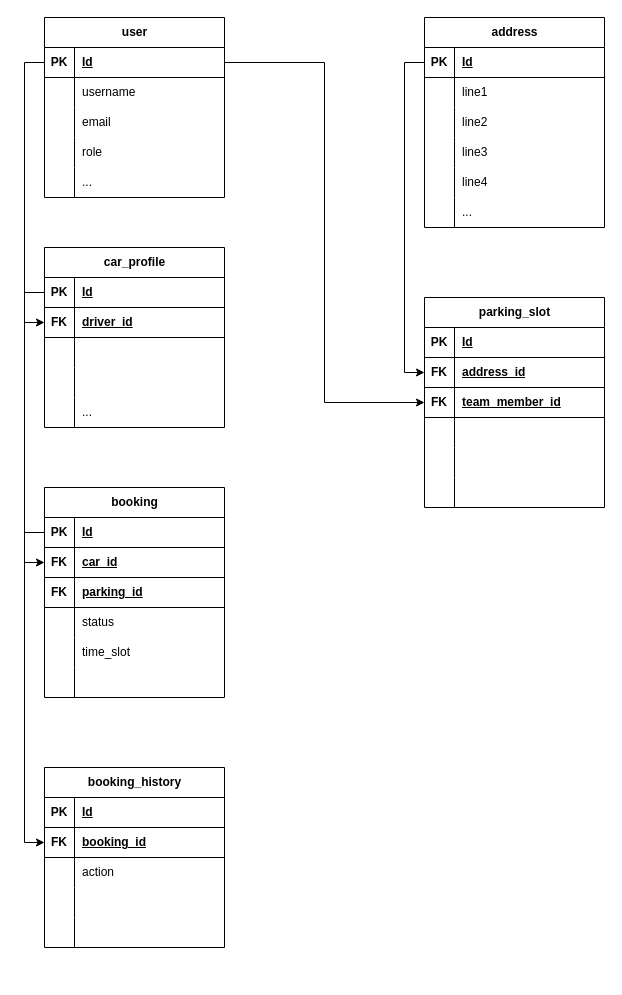
This is documents/database.drawio from ptc-on-jop-training/click4wash-fe, a draw.io file, before an edit. Source tidied: cells renumbered, new cells numbered last; positions are measured from the earlier drawing's top-left corner, leaving out a move shared by most shapes. Both pictures are drawn from the tidied source at 100%, with x=0, y=0 at pixel (44, 17).
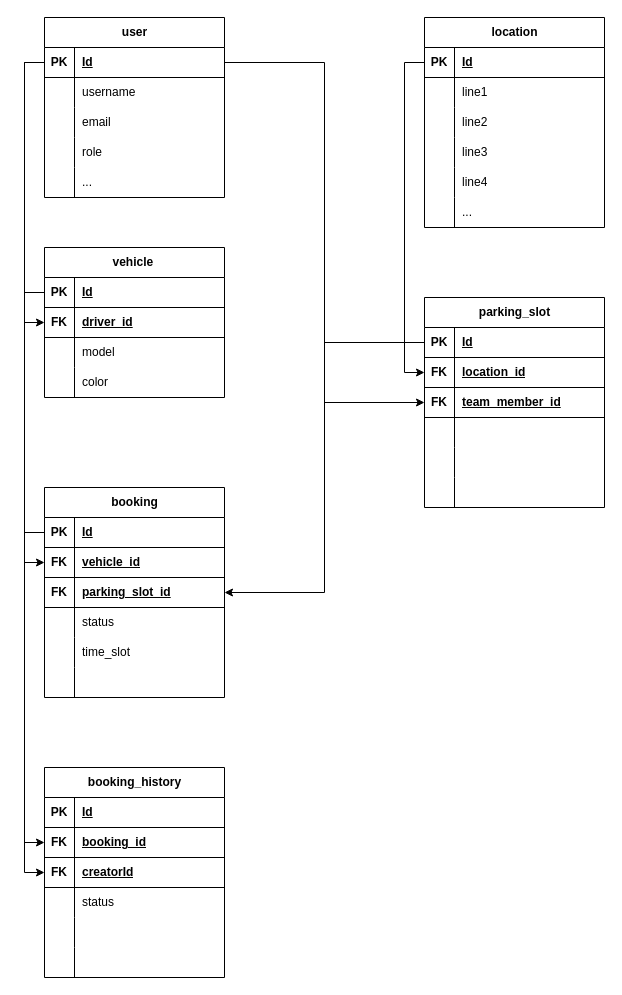
After the change.

The change refers to these unchanged cells:
```xml
<mxCell id="3" style="shape=tableRow;horizontal=0;startSize=0;swimlaneHead=0;swimlaneBody=0;fillColor=none;points=[[0,0.5],[1,0.5]];portConstraint=eastwest;top=0;left=0;right=0;bottom=1;" parent="2" vertex="1">
  <mxGeometry y="30" width="180" height="30" as="geometry" />
</mxCell>
<mxCell id="38" style="shape=tableRow;horizontal=0;startSize=0;swimlaneHead=0;swimlaneBody=0;fillColor=none;points=[[0,0.5],[1,0.5]];portConstraint=eastwest;top=0;left=0;right=0;bottom=1;" parent="37" vertex="1">
  <mxGeometry y="30" width="180" height="30" as="geometry" />
</mxCell>
<mxCell id="41" style="shape=tableRow;horizontal=0;startSize=0;swimlaneHead=0;swimlaneBody=0;fillColor=none;points=[[0,0.5],[1,0.5]];portConstraint=eastwest;top=0;left=0;right=0;bottom=1;" parent="37" vertex="1">
  <mxGeometry y="60" width="180" height="30" as="geometry" />
</mxCell>
<mxCell id="61" style="shape=tableRow;horizontal=0;startSize=0;swimlaneHead=0;swimlaneBody=0;fillColor=none;points=[[0,0.5],[1,0.5]];portConstraint=eastwest;top=0;left=0;right=0;bottom=1;" parent="57" vertex="1">
  <mxGeometry y="60" width="180" height="30" as="geometry" />
</mxCell>
<mxCell id="64" style="shape=tableRow;horizontal=0;startSize=0;swimlaneHead=0;swimlaneBody=0;fillColor=none;points=[[0,0.5],[1,0.5]];portConstraint=eastwest;top=0;left=0;right=0;bottom=1;" parent="57" vertex="1">
  <mxGeometry y="90" width="180" height="30" as="geometry" />
</mxCell>
```

What changed in the source:
```diff
@@
-    <mxCell id="18" value="address" style="shape=table;startSize=30;childLayout=tableLayout;rowLines=0;fontStyle=1;align=center;html=1;" parent="1" vertex="1">
+    <mxCell id="18" value="location" style="shape=table;startSize=30;childLayout=tableLayout;rowLines=0;fontStyle=1;align=center;html=1;" parent="1" vertex="1">
       <mxGeometry x="380" width="180" height="210" as="geometry" />
     </mxCell>
@@
-    <mxCell id="43" value="address_id" style="shape=partialRectangle;fillColor=none;top=0;left=0;bottom=0;right=0;align=left;spacingLeft=6;fontStyle=5;overflow=hidden;whiteSpace=wrap;html=1;" parent="41" vertex="1">
+    <mxCell id="43" value="location_id" style="shape=partialRectangle;fillColor=none;top=0;left=0;bottom=0;right=0;align=left;spacingLeft=6;fontStyle=5;overflow=hidden;whiteSpace=wrap;html=1;" parent="41" vertex="1">
       <mxGeometry x="30" width="150" height="30" as="geometry" />
     </mxCell>
@@
-    <mxCell id="63" value="car_id" style="shape=partialRectangle;fillColor=none;top=0;left=0;bottom=0;right=0;align=left;spacingLeft=6;fontStyle=5;overflow=hidden;whiteSpace=wrap;html=1;" parent="61" vertex="1">
+    <mxCell id="63" value="vehicle_id" style="shape=partialRectangle;fillColor=none;top=0;left=0;bottom=0;right=0;align=left;spacingLeft=6;fontStyle=5;overflow=hidden;whiteSpace=wrap;html=1;" parent="61" vertex="1">
       <mxGeometry x="30" width="150" height="30" as="geometry" />
     </mxCell>
@@
-    <mxCell id="66" value="parking_id" style="shape=partialRectangle;fillColor=none;top=0;left=0;bottom=0;right=0;align=left;spacingLeft=6;fontStyle=5;overflow=hidden;whiteSpace=wrap;html=1;" parent="64" vertex="1">
+    <mxCell id="66" value="parking_slot_id" style="shape=partialRectangle;fillColor=none;top=0;left=0;bottom=0;right=0;align=left;spacingLeft=6;fontStyle=5;overflow=hidden;whiteSpace=wrap;html=1;" parent="64" vertex="1">
       <mxGeometry x="30" width="150" height="30" as="geometry" />
     </mxCell>
@@
     <mxCell id="76" value="booking_history" style="shape=table;startSize=30;childLayout=tableLayout;rowLines=0;fontStyle=1;align=center;html=1;" parent="1" vertex="1">
-      <mxGeometry y="750" width="180" height="180" as="geometry" />
+      <mxGeometry y="750" width="180" height="210" as="geometry" />
     </mxCell>
@@
+    <mxCell id="112" style="shape=tableRow;horizontal=0;startSize=0;swimlaneHead=0;swimlaneBody=0;fillColor=none;points=[[0,0.5],[1,0.5]];portConstraint=eastwest;top=0;left=0;right=0;bottom=1;" parent="76" vertex="1">
+      <mxGeometry y="90" width="180" height="30" as="geometry" />
+    </mxCell>
+    <mxCell id="113" value="FK" style="shape=partialRectangle;fillColor=none;top=0;left=0;bottom=0;right=0;fontStyle=1;overflow=hidden;whiteSpace=wrap;html=1;" parent="112" vertex="1">
+      <mxGeometry width="30" height="30" as="geometry" />
+    </mxCell>
+    <mxCell id="114" value="creatorId" style="shape=partialRectangle;fillColor=none;top=0;left=0;bottom=0;right=0;align=left;spacingLeft=6;fontStyle=5;overflow=hidden;whiteSpace=wrap;html=1;" parent="112" vertex="1">
+      <mxGeometry x="30" width="150" height="30" as="geometry" />
+    </mxCell>
     <mxCell id="83" style="shape=tableRow;horizontal=0;startSize=0;swimlaneHead=0;swimlaneBody=0;fillColor=none;top=0;left=0;right=0;bottom=0;" parent="76" vertex="1">
-      <mxGeometry y="90" width="180" height="30" as="geometry" />
+      <mxGeometry y="120" width="180" height="30" as="geometry" />
     </mxCell>
@@
-    <mxCell id="85" value="action" style="shape=partialRectangle;fillColor=none;top=0;left=0;bottom=0;right=0;align=left;spacingLeft=6;overflow=hidden;whiteSpace=wrap;html=1;" parent="83" vertex="1">
+    <mxCell id="85" value="status" style="shape=partialRectangle;fillColor=none;top=0;left=0;bottom=0;right=0;align=left;spacingLeft=6;overflow=hidden;whiteSpace=wrap;html=1;" parent="83" vertex="1">
       <mxGeometry x="30" width="150" height="30" as="geometry" />
     </mxCell>
     <mxCell id="86" style="shape=tableRow;horizontal=0;startSize=0;swimlaneHead=0;swimlaneBody=0;fillColor=none;top=0;left=0;right=0;bottom=0;" parent="76" vertex="1">
-      <mxGeometry y="120" width="180" height="30" as="geometry" />
+      <mxGeometry y="150" width="180" height="30" as="geometry" />
     </mxCell>
@@
     <mxCell id="89" style="shape=tableRow;horizontal=0;startSize=0;swimlaneHead=0;swimlaneBody=0;fillColor=none;top=0;left=0;right=0;bottom=0;" parent="76" vertex="1">
-      <mxGeometry y="150" width="180" height="30" as="geometry" />
+      <mxGeometry y="180" width="180" height="30" as="geometry" />
     </mxCell>
@@
-    <mxCell id="94" value="car_profile" style="shape=table;startSize=30;childLayout=tableLayout;rowLines=0;fontStyle=1;align=center;html=1;" parent="1" vertex="1">
-      <mxGeometry y="230" width="180" height="180" as="geometry" />
+    <mxCell id="94" value="&lt;p&gt;vehicle&amp;nbsp;&lt;/p&gt;" style="shape=table;startSize=30;childLayout=tableLayout;rowLines=0;fontStyle=1;align=center;html=1;" parent="1" vertex="1">
+      <mxGeometry y="230" width="180" height="150" as="geometry" />
     </mxCell>
@@
-    <mxCell id="101" style="shape=tableRow;horizontal=0;startSize=0;swimlaneHead=0;swimlaneBody=0;fillColor=none;top=0;left=0;right=0;bottom=0;" parent="94" vertex="1">
-      <mxGeometry y="90" width="180" height="30" as="geometry" />
-    </mxCell>
-    <mxCell id="102" style="shape=partialRectangle;fillColor=none;top=0;left=0;bottom=0;right=0;overflow=hidden;whiteSpace=wrap;html=1;" parent="101" vertex="1">
-      <mxGeometry width="30" height="30" as="geometry" />
-    </mxCell>
-    <mxCell id="103" style="shape=partialRectangle;fillColor=none;top=0;left=0;bottom=0;right=0;align=left;spacingLeft=6;overflow=hidden;whiteSpace=wrap;html=1;" parent="101" vertex="1">
-      <mxGeometry x="30" width="150" height="30" as="geometry" />
-    </mxCell>
     <mxCell id="104" style="shape=tableRow;horizontal=0;startSize=0;swimlaneHead=0;swimlaneBody=0;fillColor=none;top=0;left=0;right=0;bottom=0;" parent="94" vertex="1">
-      <mxGeometry y="120" width="180" height="30" as="geometry" />
+      <mxGeometry y="90" width="180" height="30" as="geometry" />
     </mxCell>
@@
-    <mxCell id="106" style="shape=partialRectangle;fillColor=none;top=0;left=0;bottom=0;right=0;align=left;spacingLeft=6;overflow=hidden;whiteSpace=wrap;html=1;" parent="104" vertex="1">
+    <mxCell id="106" value="model" style="shape=partialRectangle;fillColor=none;top=0;left=0;bottom=0;right=0;align=left;spacingLeft=6;overflow=hidden;whiteSpace=wrap;html=1;" parent="104" vertex="1">
       <mxGeometry x="30" width="150" height="30" as="geometry" />
     </mxCell>
     <mxCell id="107" style="shape=tableRow;horizontal=0;startSize=0;swimlaneHead=0;swimlaneBody=0;fillColor=none;top=0;left=0;right=0;bottom=0;" parent="94" vertex="1">
-      <mxGeometry y="150" width="180" height="30" as="geometry" />
+      <mxGeometry y="120" width="180" height="30" as="geometry" />
     </mxCell>
@@
-    <mxCell id="109" value="..." style="shape=partialRectangle;fillColor=none;top=0;left=0;bottom=0;right=0;align=left;spacingLeft=6;overflow=hidden;whiteSpace=wrap;html=1;" parent="107" vertex="1">
+    <mxCell id="109" value="color" style="shape=partialRectangle;fillColor=none;top=0;left=0;bottom=0;right=0;align=left;spacingLeft=6;overflow=hidden;whiteSpace=wrap;html=1;" parent="107" vertex="1">
       <mxGeometry x="30" width="150" height="30" as="geometry" />
     </mxCell>
@@
+    <mxCell id="115" style="edgeStyle=orthogonalEdgeStyle;rounded=0;jettySize=auto;html=1;entryX=1;entryY=0.5;entryDx=0;entryDy=0;" parent="1" edge="1" source="38" target="64">
+      <mxGeometry relative="1" as="geometry" />
+    </mxCell>
+    <mxCell id="116" style="edgeStyle=orthogonalEdgeStyle;rounded=0;jettySize=auto;html=1;entryX=0;entryY=0.5;entryDx=0;entryDy=0;" parent="1" edge="1" source="3" target="112">
+      <mxGeometry relative="1" as="geometry" />
+    </mxCell>
```
